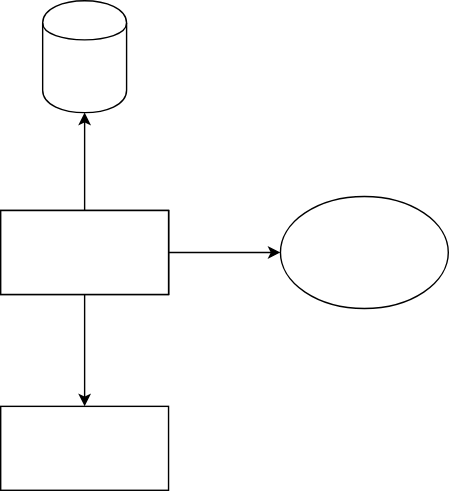
Earlier version of the draw.io export images/foo.drawio.svg (shauny1/test). Source tidied: cells renumbered, new cells last; positions are measured from the earlier drawing's top-left corner, leaving out a move shared by most shapes. The source it was exported from:
```xml
<mxGraphModel>
  <root>
    <mxCell id="0" />
    <mxCell id="1" parent="0" />
    <mxCell id="2" style="rounded=0;whiteSpace=wrap;html=1;" parent="1" vertex="1">
      <mxGeometry y="150" width="120" height="60" as="geometry" />
    </mxCell>
    <mxCell id="3" style="rounded=0;whiteSpace=wrap;html=1;" parent="1" vertex="1">
      <mxGeometry y="150" width="120" height="60" as="geometry" />
    </mxCell>
    <mxCell id="4" style="edgeStyle=orthogonalEdgeStyle;rounded=0;jettySize=auto;html=1;" parent="1" edge="1" source="7" target="8">
      <mxGeometry relative="1" as="geometry" />
    </mxCell>
    <mxCell id="5" style="edgeStyle=orthogonalEdgeStyle;rounded=0;jettySize=auto;html=1;" parent="1" edge="1" source="7" target="9">
      <mxGeometry relative="1" as="geometry" />
    </mxCell>
    <mxCell id="6" style="edgeStyle=orthogonalEdgeStyle;rounded=0;jettySize=auto;html=1;" parent="1" edge="1" source="7" target="10">
      <mxGeometry relative="1" as="geometry" />
    </mxCell>
    <mxCell id="7" style="rounded=0;whiteSpace=wrap;html=1;" parent="1" vertex="1">
      <mxGeometry y="150" width="120" height="60" as="geometry" />
    </mxCell>
    <mxCell id="8" style="rounded=0;whiteSpace=wrap;html=1;" parent="1" vertex="1">
      <mxGeometry y="290" width="120" height="60" as="geometry" />
    </mxCell>
    <mxCell id="9" style="ellipse;whiteSpace=wrap;html=1;rounded=0;" parent="1" vertex="1">
      <mxGeometry x="200" y="140" width="120" height="80" as="geometry" />
    </mxCell>
    <mxCell id="10" style="shape=cylinder;whiteSpace=wrap;html=1;boundedLbl=1;backgroundOutline=1;rounded=0;" parent="1" vertex="1">
      <mxGeometry x="30" width="60" height="80" as="geometry" />
    </mxCell>
  </root>
</mxGraphModel>
```
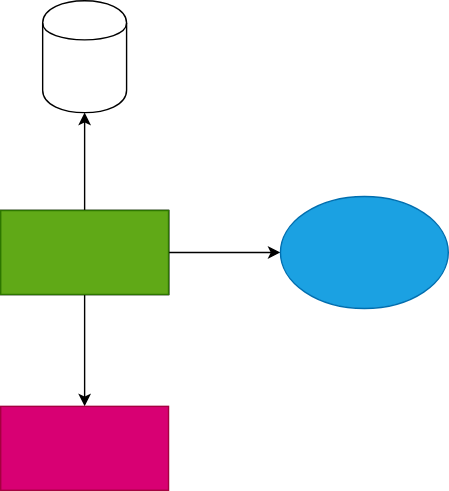
The same file after the commit.

Diff of the diagram source:
```diff
@@ -17,13 +17,13 @@
     <mxCell id="6" style="edgeStyle=orthogonalEdgeStyle;rounded=0;jettySize=auto;html=1;" parent="1" edge="1" source="7" target="10">
       <mxGeometry relative="1" as="geometry" />
     </mxCell>
-    <mxCell id="7" style="rounded=0;whiteSpace=wrap;html=1;" parent="1" vertex="1">
+    <mxCell id="7" style="rounded=0;whiteSpace=wrap;html=1;fillColor=#60a917;strokeColor=#2D7600;fontColor=#ffffff;" parent="1" vertex="1">
       <mxGeometry y="150" width="120" height="60" as="geometry" />
     </mxCell>
-    <mxCell id="8" style="rounded=0;whiteSpace=wrap;html=1;" parent="1" vertex="1">
+    <mxCell id="8" style="rounded=0;whiteSpace=wrap;html=1;fillColor=#d80073;strokeColor=#A50040;fontColor=#ffffff;" parent="1" vertex="1">
       <mxGeometry y="290" width="120" height="60" as="geometry" />
     </mxCell>
-    <mxCell id="9" style="ellipse;whiteSpace=wrap;html=1;rounded=0;" parent="1" vertex="1">
+    <mxCell id="9" style="ellipse;whiteSpace=wrap;html=1;rounded=0;fillColor=#1ba1e2;strokeColor=#006EAF;fontColor=#ffffff;" parent="1" vertex="1">
       <mxGeometry x="200" y="140" width="120" height="80" as="geometry" />
     </mxCell>
     <mxCell id="10" style="shape=cylinder;whiteSpace=wrap;html=1;boundedLbl=1;backgroundOutline=1;rounded=0;" parent="1" vertex="1">
```
